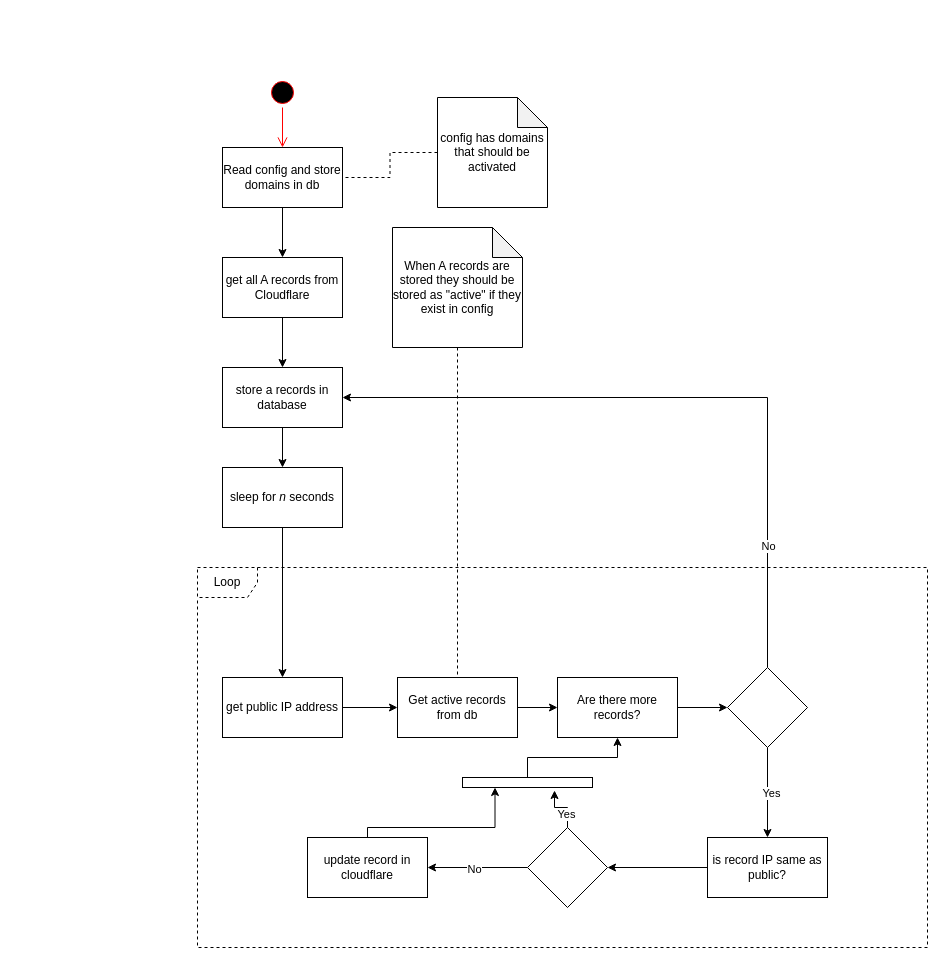
kentaasvang/dns_updater keeps this draw.io diagram as docs/dynamic dns Activity diagram.drawio. Above is the earlier version. Source tidied: cells renumbered, new cells numbered last; positions are measured from the earlier drawing's top-left corner, leaving out a move shared by most shapes. Both pictures are drawn from the tidied source at 100%, with x=0, y=0 at pixel (197, 77).
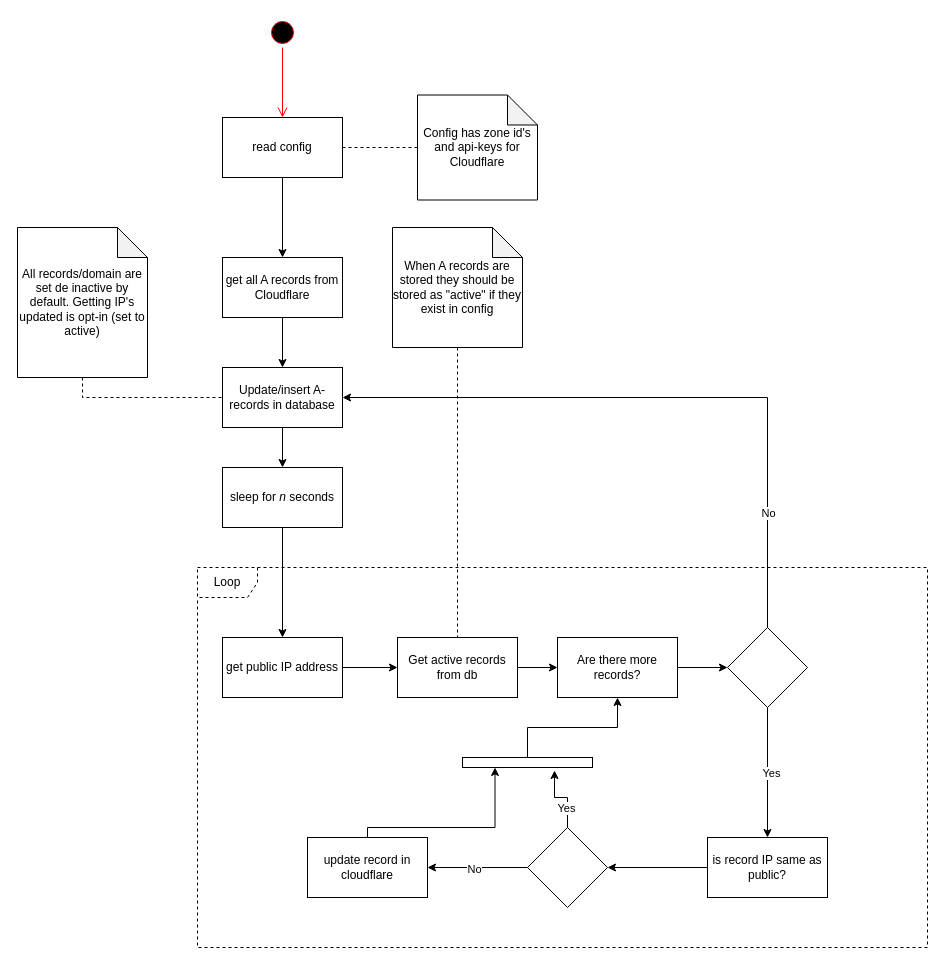
The same page after the edit.

The change refers to these unchanged cells:
```xml
<mxCell id="7" value="get all A records from Cloudflare" style="whiteSpace=wrap;html=1;rounded=0;" parent="1" vertex="1">
  <mxGeometry x="25" y="180" width="120" height="60" as="geometry" />
</mxCell>
```

Change to the diagram source:
```diff
@@
     <mxCell id="2" style="ellipse;html=1;shape=startState;fillColor=#000000;strokeColor=#ff0000;" parent="1" vertex="1">
-      <mxGeometry x="70" width="30" height="30" as="geometry" />
+      <mxGeometry x="70" y="-60" width="30" height="30" as="geometry" />
     </mxCell>
-    <mxCell id="3" style="edgeStyle=orthogonalEdgeStyle;html=1;verticalAlign=bottom;endArrow=open;endSize=8;strokeColor=#ff0000;rounded=0;entryX=0.5;entryY=0;entryDx=0;entryDy=0;" parent="1" edge="1" source="2" target="5">
+    <mxCell id="3" style="edgeStyle=orthogonalEdgeStyle;html=1;verticalAlign=bottom;endArrow=open;endSize=8;strokeColor=#ff0000;rounded=0;entryX=0.5;entryY=0;entryDx=0;entryDy=0;" parent="1" edge="1" source="2" target="42">
       <mxGeometry relative="1" as="geometry" />
     </mxCell>
-    <mxCell id="4" style="edgeStyle=orthogonalEdgeStyle;rounded=0;jettySize=auto;html=1;" parent="1" edge="1" source="5" target="7">
-      <mxGeometry relative="1" as="geometry" />
-    </mxCell>
-    <mxCell id="5" value="Read config and store domains in db" style="rounded=0;whiteSpace=wrap;html=1;" parent="1" vertex="1">
-      <mxGeometry x="25" y="70" width="120" height="60" as="geometry" />
-    </mxCell>
@@
-    <mxCell id="9" value="store a records in database" style="whiteSpace=wrap;html=1;rounded=0;" parent="1" vertex="1">
+    <mxCell id="9" value="Update/insert A-records in database" style="whiteSpace=wrap;html=1;rounded=0;" parent="1" vertex="1">
       <mxGeometry x="25" y="290" width="120" height="60" as="geometry" />
     </mxCell>
-    <mxCell id="10" style="edgeStyle=orthogonalEdgeStyle;rounded=0;jettySize=auto;html=1;entryX=1;entryY=0.5;entryDx=0;entryDy=0;dashed=1;endArrow=none;endFill=0;" parent="1" edge="1" source="11" target="5">
-      <mxGeometry relative="1" as="geometry" />
-    </mxCell>
-    <mxCell id="11" value="config has domains that should be activated" style="shape=note;whiteSpace=wrap;html=1;backgroundOutline=1;darkOpacity=0.05;" parent="1" vertex="1">
-      <mxGeometry x="240" y="20" width="110" height="110" as="geometry" />
-    </mxCell>
@@
     <mxCell id="14" value="get public IP address" style="whiteSpace=wrap;html=1;rounded=0;" parent="1" vertex="1">
-      <mxGeometry x="25" y="600" width="120" height="60" as="geometry" />
+      <mxGeometry x="25" y="560" width="120" height="60" as="geometry" />
     </mxCell>
@@
     <mxCell id="16" value="Get active records from db" style="whiteSpace=wrap;html=1;rounded=0;" parent="1" vertex="1">
-      <mxGeometry x="200" y="600" width="120" height="60" as="geometry" />
+      <mxGeometry x="200" y="560" width="120" height="60" as="geometry" />
     </mxCell>
@@
     <mxCell id="20" value="Are there more records?" style="whiteSpace=wrap;html=1;rounded=0;" parent="1" vertex="1">
-      <mxGeometry x="360" y="600" width="120" height="60" as="geometry" />
+      <mxGeometry x="360" y="560" width="120" height="60" as="geometry" />
     </mxCell>
@@
     <mxCell id="25" style="rhombus;whiteSpace=wrap;html=1;rounded=0;" parent="1" vertex="1">
-      <mxGeometry x="530" y="590" width="80" height="80" as="geometry" />
+      <mxGeometry x="530" y="550" width="80" height="80" as="geometry" />
     </mxCell>
@@
     <mxCell id="34" style="rounded=0;whiteSpace=wrap;html=1;" parent="1" vertex="1">
-      <mxGeometry x="265" y="700" width="130" height="10" as="geometry" />
+      <mxGeometry x="265" y="680" width="130" height="10" as="geometry" />
     </mxCell>
@@
+    <mxCell id="39" style="edgeStyle=orthogonalEdgeStyle;rounded=0;jettySize=auto;html=1;entryX=0;entryY=0.5;entryDx=0;entryDy=0;exitX=0.5;exitY=1;exitDx=0;exitDy=0;exitPerimeter=0;dashed=1;endArrow=none;endFill=0;" parent="1" edge="1" source="40" target="9">
+      <mxGeometry relative="1" as="geometry" />
+    </mxCell>
+    <mxCell id="40" value="All records/domain are set de inactive by default. Getting IP's updated is opt-in (set to active)" style="shape=note;whiteSpace=wrap;html=1;backgroundOutline=1;darkOpacity=0.05;" parent="1" vertex="1">
+      <mxGeometry x="-180" y="150" width="130" height="150" as="geometry" />
+    </mxCell>
+    <mxCell id="41" style="edgeStyle=orthogonalEdgeStyle;rounded=0;jettySize=auto;html=1;entryX=0.5;entryY=0;entryDx=0;entryDy=0;" parent="1" edge="1" source="42" target="7">
+      <mxGeometry relative="1" as="geometry" />
+    </mxCell>
+    <mxCell id="42" value="read config" style="whiteSpace=wrap;html=1;rounded=0;" parent="1" vertex="1">
+      <mxGeometry x="25" y="40" width="120" height="60" as="geometry" />
+    </mxCell>
+    <mxCell id="43" style="edgeStyle=orthogonalEdgeStyle;rounded=0;jettySize=auto;html=1;entryX=1;entryY=0.5;entryDx=0;entryDy=0;endArrow=none;endFill=0;dashed=1;" parent="1" edge="1" source="44" target="42">
+      <mxGeometry relative="1" as="geometry" />
+    </mxCell>
+    <mxCell id="44" value="Config has zone id's and api-keys for Cloudflare" style="shape=note;whiteSpace=wrap;html=1;backgroundOutline=1;darkOpacity=0.05;" parent="1" vertex="1">
+      <mxGeometry x="220" y="17.5" width="120" height="105" as="geometry" />
+    </mxCell>
```
